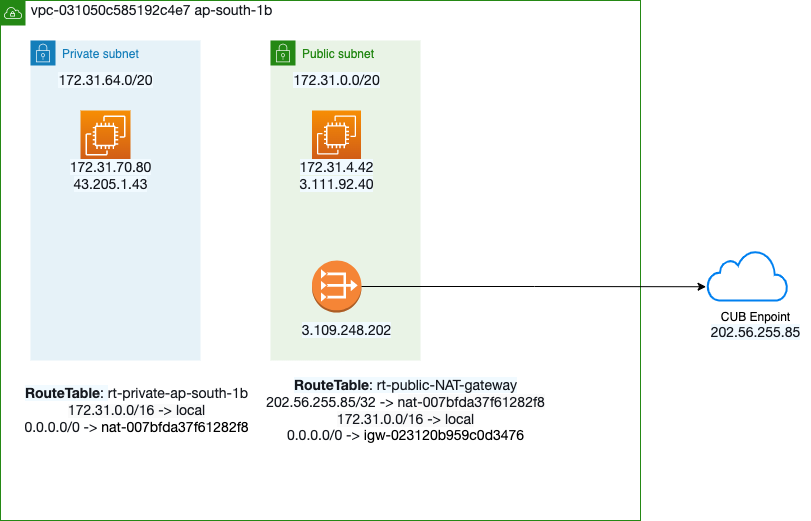
Above: Lambda - NAT Gateway.drawio.png in anilkumaran/aws-architecture-diagrams (draw.io), before the change. Source tidied: cells renumbered, new cells last; positions are measured from the earlier drawing's top-left corner, leaving out a move shared by most shapes.
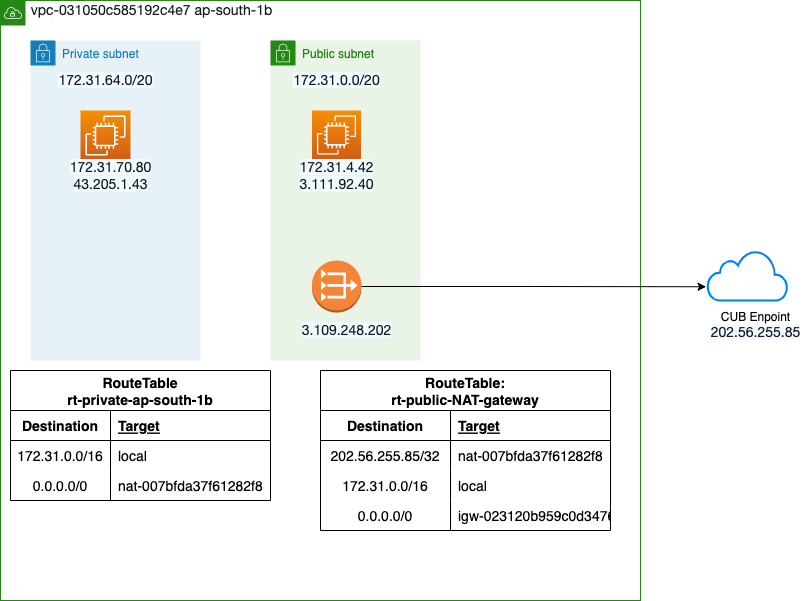
The same diagram one commit later.

Commit message:
Add route tables

What changed in the source:
```diff
@@ -3,7 +3,7 @@
     <mxCell id="0" />
     <mxCell id="1" parent="0" />
     <mxCell id="2" value="VPC" style="gradientColor=none;html=1;whiteSpace=wrap;fontSize=12;fontStyle=0;shape=mxgraph.aws4.group;grIcon=mxgraph.aws4.group_vpc;strokeColor=#248814;fillColor=none;verticalAlign=top;align=left;spacingLeft=30;fontColor=#AAB7B8;dashed=0;" parent="1" vertex="1">
-      <mxGeometry width="640" height="520" as="geometry" />
+      <mxGeometry width="640" height="600" as="geometry" />
     </mxCell>
     <mxCell id="3" value="Private subnet" style="gradientColor=none;html=1;whiteSpace=wrap;fontSize=12;fontStyle=0;shape=mxgraph.aws4.group;grIcon=mxgraph.aws4.group_security_group;grStroke=0;strokeColor=#147EBA;fillColor=#E6F2F8;verticalAlign=top;align=left;spacingLeft=30;fontColor=#147EBA;dashed=0;" parent="2" vertex="1">
       <mxGeometry x="30" y="40" width="170" height="320" as="geometry" />
@@ -38,12 +38,75 @@
     <mxCell id="13" value="&lt;span style=&quot;caret-color: rgb(22, 25, 31); color: rgb(22, 25, 31); font-family: &amp;quot;Amazon Ember&amp;quot;, &amp;quot;Helvetica Neue&amp;quot;, Roboto, Arial, sans-serif; font-size: 14px; text-align: start; text-size-adjust: auto; background-color: rgb(255, 255, 255);&quot;&gt;vpc-031050c585192c4e7&amp;nbsp;&lt;/span&gt;&lt;span style=&quot;caret-color: rgb(22, 25, 31); color: rgb(22, 25, 31); font-family: &amp;quot;Amazon Ember&amp;quot;, &amp;quot;Helvetica Neue&amp;quot;, Roboto, Arial, sans-serif; font-size: 14px; text-align: left; text-size-adjust: auto; background-color: rgb(255, 255, 255);&quot;&gt;ap-south-1b&lt;/span&gt;" style="text;html=1;align=center;verticalAlign=middle;fillColor=none;strokeColor=none;rounded=0;" parent="2" vertex="1">
       <mxGeometry x="21" width="260" height="20" as="geometry" />
     </mxCell>
-    <mxCell id="14" value="&lt;span style=&quot;caret-color: rgb(22, 25, 31); color: rgb(22, 25, 31); font-family: &amp;quot;Amazon Ember&amp;quot;, &amp;quot;Helvetica Neue&amp;quot;, Roboto, Arial, sans-serif; font-size: 14px; text-align: start; text-size-adjust: auto; background-color: rgb(250, 250, 250);&quot;&gt;&lt;span style=&quot;text-size-adjust: auto; background-color: rgb(255, 255, 255);&quot;&gt;&lt;span style=&quot;background-color: rgb(241, 250, 255);&quot;&gt;&lt;b&gt;RouteTable&lt;/b&gt;:&amp;nbsp;rt-public-NAT-gateway&lt;/span&gt;&lt;br&gt;202.56.255.85/32 -&amp;gt;&amp;nbsp;&lt;/span&gt;&lt;a style=&quot;background-color: transparent; text-decoration-line: none; text-size-adjust: auto;&quot; class=&quot;&quot; target=&quot;_top&quot; href=&quot;https://ap-south-1.console.aws.amazon.com/vpc/home?region=ap-south-1#NatGateways:natGatewayId=nat-007bfda37f61282f8&quot;&gt;nat-007bfda37f61282f8&lt;/a&gt;&lt;br&gt;172.31.0.0/16 -&amp;gt; local&lt;br&gt;&lt;/span&gt;&lt;span style=&quot;caret-color: rgb(22, 25, 31); color: rgb(22, 25, 31); font-family: &amp;quot;Amazon Ember&amp;quot;, &amp;quot;Helvetica Neue&amp;quot;, Roboto, Arial, sans-serif; font-size: 14px; text-align: start; text-size-adjust: auto; background-color: rgb(255, 255, 255);&quot;&gt;0.0.0.0/0 -&amp;gt;&amp;nbsp;&lt;/span&gt;&lt;a style=&quot;background-color: transparent; text-decoration-line: none; font-family: &amp;quot;Amazon Ember&amp;quot;, &amp;quot;Helvetica Neue&amp;quot;, Roboto, Arial, sans-serif; font-size: 14px; text-align: start; text-size-adjust: auto;&quot; class=&quot;&quot; target=&quot;_top&quot; href=&quot;https://ap-south-1.console.aws.amazon.com/vpc/home?region=ap-south-1#igws:internetGatewayId=igw-023120b959c0d3476&quot;&gt;igw-023120b959c0d3476&lt;/a&gt;" style="text;html=1;align=center;verticalAlign=middle;fillColor=none;strokeColor=none;rounded=0;" parent="2" vertex="1">
-      <mxGeometry x="260" y="380" width="290" height="60" as="geometry" />
-    </mxCell>
-    <mxCell id="15" value="&lt;span style=&quot;text-align: start; text-size-adjust: auto; background-color: rgb(250, 250, 250);&quot;&gt;&lt;span style=&quot;text-size-adjust: auto; background-color: rgb(255, 255, 255);&quot;&gt;&lt;span style=&quot;color: rgb(22, 25, 31); font-family: &amp;quot;Amazon Ember&amp;quot;, &amp;quot;Helvetica Neue&amp;quot;, Roboto, Arial, sans-serif; font-size: 14px; caret-color: rgb(22, 25, 31); background-color: rgb(241, 250, 255);&quot;&gt;&lt;b&gt;RouteTable&lt;/b&gt;:&amp;nbsp;&lt;/span&gt;&lt;font face=&quot;Amazon Ember, Helvetica Neue, Roboto, Arial, sans-serif&quot; color=&quot;#16191f&quot;&gt;&lt;span style=&quot;font-size: 14px; caret-color: rgb(22, 25, 31);&quot;&gt;rt-private-ap-south-1b&lt;/span&gt;&lt;/font&gt;&lt;br&gt;&lt;/span&gt;&lt;font face=&quot;Amazon Ember, Helvetica Neue, Roboto, Arial, sans-serif&quot; color=&quot;#16191f&quot;&gt;&lt;span style=&quot;font-size: 14px; caret-color: rgb(22, 25, 31);&quot;&gt;172.31.0.0/16 -&amp;gt; local&lt;/span&gt;&lt;/font&gt;&lt;br&gt;&lt;/span&gt;&lt;span style=&quot;caret-color: rgb(22, 25, 31); color: rgb(22, 25, 31); font-family: &amp;quot;Amazon Ember&amp;quot;, &amp;quot;Helvetica Neue&amp;quot;, Roboto, Arial, sans-serif; font-size: 14px; text-align: start; text-size-adjust: auto; background-color: rgb(255, 255, 255);&quot;&gt;0.0.0.0/0 -&amp;gt;&amp;nbsp;&lt;/span&gt;&lt;a style=&quot;background-color: transparent; text-decoration-line: none; font-family: &amp;quot;Amazon Ember&amp;quot;, &amp;quot;Helvetica Neue&amp;quot;, Roboto, Arial, sans-serif; font-size: 14px; text-align: start; text-size-adjust: auto;&quot; class=&quot;&quot; target=&quot;_top&quot; href=&quot;https://ap-south-1.console.aws.amazon.com/vpc/home?region=ap-south-1#NatGateways:natGatewayId=nat-007bfda37f61282f8&quot;&gt;nat-007bfda37f61282f8&lt;/a&gt;" style="text;html=1;align=center;verticalAlign=middle;fillColor=none;strokeColor=none;rounded=0;" parent="2" vertex="1">
-      <mxGeometry x="16" y="385" width="240" height="50" as="geometry" />
-    </mxCell>
+    <mxCell id="20" value="RouteTable&#10;rt-private-ap-south-1b" style="shape=table;startSize=40;rowLines=0;fontStyle=1;align=center;fontSize=14;" parent="2" vertex="1">
+      <mxGeometry x="10" y="370" width="260" height="130" as="geometry" />
+    </mxCell>
+    <mxCell id="21" style="shape=tableRow;horizontal=0;startSize=0;swimlaneHead=0;swimlaneBody=0;fillColor=none;top=0;left=0;right=0;bottom=1;" parent="20" vertex="1">
+      <mxGeometry y="40" width="260" height="30" as="geometry" />
+    </mxCell>
+    <mxCell id="22" value="Destination" style="shape=partialRectangle;fillColor=none;top=0;left=0;bottom=0;right=0;fontStyle=1;overflow=hidden;fontSize=14;" parent="21" vertex="1">
+      <mxGeometry width="100" height="30" as="geometry" />
+    </mxCell>
+    <mxCell id="23" value="Target" style="shape=partialRectangle;fillColor=none;top=0;left=0;bottom=0;right=0;align=left;spacingLeft=6;fontStyle=5;overflow=hidden;fontSize=14;" parent="21" vertex="1">
+      <mxGeometry x="100" width="160" height="30" as="geometry" />
+    </mxCell>
+    <mxCell id="24" style="shape=tableRow;horizontal=0;startSize=0;swimlaneHead=0;swimlaneBody=0;fillColor=none;top=0;left=0;right=0;bottom=0;" parent="20" vertex="1">
+      <mxGeometry y="70" width="260" height="30" as="geometry" />
+    </mxCell>
+    <mxCell id="25" value="172.31.0.0/16" style="shape=partialRectangle;fillColor=none;top=0;left=0;bottom=0;right=0;overflow=hidden;fontSize=14;" parent="24" vertex="1">
+      <mxGeometry width="100" height="30" as="geometry" />
+    </mxCell>
+    <mxCell id="26" value="local" style="shape=partialRectangle;fillColor=none;top=0;left=0;bottom=0;right=0;align=left;spacingLeft=6;overflow=hidden;fontSize=14;" parent="24" vertex="1">
+      <mxGeometry x="100" width="160" height="30" as="geometry" />
+    </mxCell>
+    <mxCell id="27" style="shape=tableRow;horizontal=0;startSize=0;swimlaneHead=0;swimlaneBody=0;fillColor=none;top=0;left=0;right=0;bottom=0;" parent="20" vertex="1">
+      <mxGeometry y="100" width="260" height="30" as="geometry" />
+    </mxCell>
+    <mxCell id="28" value="0.0.0.0/0" style="shape=partialRectangle;fillColor=none;top=0;left=0;bottom=0;right=0;overflow=hidden;fontSize=14;" parent="27" vertex="1">
+      <mxGeometry width="100" height="30" as="geometry" />
+    </mxCell>
+    <mxCell id="29" value="nat-007bfda37f61282f8" style="shape=partialRectangle;fillColor=none;top=0;left=0;bottom=0;right=0;align=left;spacingLeft=6;overflow=hidden;fontColor=#000000;fontSize=14;" parent="27" vertex="1">
+      <mxGeometry x="100" width="160" height="30" as="geometry" />
+    </mxCell>
+    <mxCell id="30" value="RouteTable:&#10;rt-public-NAT-gateway" style="shape=table;startSize=40;rowLines=0;fontStyle=1;align=center;fontSize=14;fontColor=#000000;" parent="2" vertex="1">
+      <mxGeometry x="320" y="370" width="290" height="160" as="geometry" />
+    </mxCell>
+    <mxCell id="31" style="shape=tableRow;horizontal=0;startSize=0;swimlaneHead=0;swimlaneBody=0;fillColor=none;top=0;left=0;right=0;bottom=1;fontSize=14;fontColor=#000000;" parent="30" vertex="1">
+      <mxGeometry y="40" width="290" height="30" as="geometry" />
+    </mxCell>
+    <mxCell id="32" value="Destination" style="shape=partialRectangle;fillColor=none;top=0;left=0;bottom=0;right=0;fontStyle=1;overflow=hidden;fontSize=14;fontColor=#000000;" parent="31" vertex="1">
+      <mxGeometry width="130" height="30" as="geometry" />
+    </mxCell>
+    <mxCell id="33" value="Target" style="shape=partialRectangle;fillColor=none;top=0;left=0;bottom=0;right=0;align=left;spacingLeft=6;fontStyle=5;overflow=hidden;fontSize=14;fontColor=#000000;" parent="31" vertex="1">
+      <mxGeometry x="130" width="160" height="30" as="geometry" />
+    </mxCell>
+    <mxCell id="34" style="shape=tableRow;horizontal=0;startSize=0;swimlaneHead=0;swimlaneBody=0;fillColor=none;top=0;left=0;right=0;bottom=0;fontSize=14;fontColor=#000000;" parent="30" vertex="1">
+      <mxGeometry y="70" width="290" height="30" as="geometry" />
+    </mxCell>
+    <mxCell id="35" value="202.56.255.85/32" style="shape=partialRectangle;fillColor=none;top=0;left=0;bottom=0;right=0;overflow=hidden;fontSize=14;fontColor=#000000;" parent="34" vertex="1">
+      <mxGeometry width="130" height="30" as="geometry" />
+    </mxCell>
+    <mxCell id="36" value="nat-007bfda37f61282f8" style="shape=partialRectangle;fillColor=none;top=0;left=0;bottom=0;right=0;align=left;spacingLeft=6;overflow=hidden;fontSize=14;fontColor=#000000;" parent="34" vertex="1">
+      <mxGeometry x="130" width="160" height="30" as="geometry" />
+    </mxCell>
+    <mxCell id="37" style="shape=tableRow;horizontal=0;startSize=0;swimlaneHead=0;swimlaneBody=0;fillColor=none;top=0;left=0;right=0;bottom=0;fontSize=14;fontColor=#000000;" parent="30" vertex="1">
+      <mxGeometry y="100" width="290" height="30" as="geometry" />
+    </mxCell>
+    <mxCell id="38" value="172.31.0.0/16" style="shape=partialRectangle;fillColor=none;top=0;left=0;bottom=0;right=0;overflow=hidden;fontSize=14;fontColor=#000000;" parent="37" vertex="1">
+      <mxGeometry width="130" height="30" as="geometry" />
+    </mxCell>
+    <mxCell id="39" value="local" style="shape=partialRectangle;fillColor=none;top=0;left=0;bottom=0;right=0;align=left;spacingLeft=6;overflow=hidden;fontSize=14;fontColor=#000000;" parent="37" vertex="1">
+      <mxGeometry x="130" width="160" height="30" as="geometry" />
+    </mxCell>
+    <mxCell id="40" style="shape=tableRow;horizontal=0;startSize=0;swimlaneHead=0;swimlaneBody=0;fillColor=none;top=0;left=0;right=0;bottom=0;fontSize=14;fontColor=#000000;" parent="30" vertex="1">
+      <mxGeometry y="130" width="290" height="30" as="geometry" />
+    </mxCell>
+    <mxCell id="41" value="0.0.0.0/0" style="shape=partialRectangle;fillColor=none;top=0;left=0;bottom=0;right=0;overflow=hidden;fontSize=14;fontColor=#000000;" parent="40" vertex="1">
+      <mxGeometry width="130" height="30" as="geometry" />
+    </mxCell>
+    <mxCell id="42" value="igw-023120b959c0d3476" style="shape=partialRectangle;fillColor=none;top=0;left=0;bottom=0;right=0;align=left;spacingLeft=6;overflow=hidden;fontSize=14;fontColor=#000000;" parent="40" vertex="1">
+      <mxGeometry x="130" width="160" height="30" as="geometry" />
+    </mxCell>
     <mxCell id="16" style="html=1;verticalLabelPosition=bottom;align=center;labelBackgroundColor=#ffffff;verticalAlign=top;strokeWidth=2;strokeColor=#0080F0;shadow=0;dashed=0;shape=mxgraph.ios7.icons.cloud;" parent="1" vertex="1">
       <mxGeometry x="707" y="250" width="80" height="50" as="geometry" />
     </mxCell>
```
